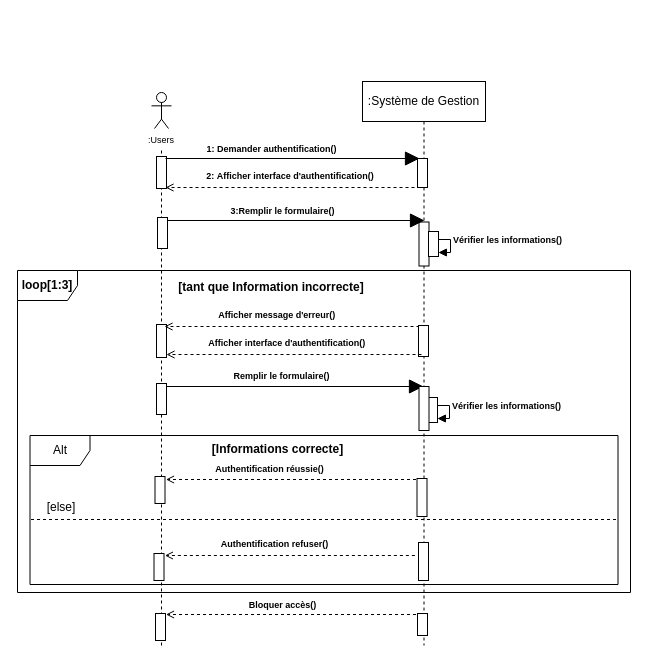
The draw.io diagram connexion.drawio in louis-fresnel99/TpGasaL1, before the edit. Source tidied: cells renumbered, new cells numbered last; positions are measured from the earlier drawing's top-left corner, leaving out a move shared by most shapes. Both pictures are drawn from the tidied source at 100%, with x=0, y=0 at pixel (17, 81).
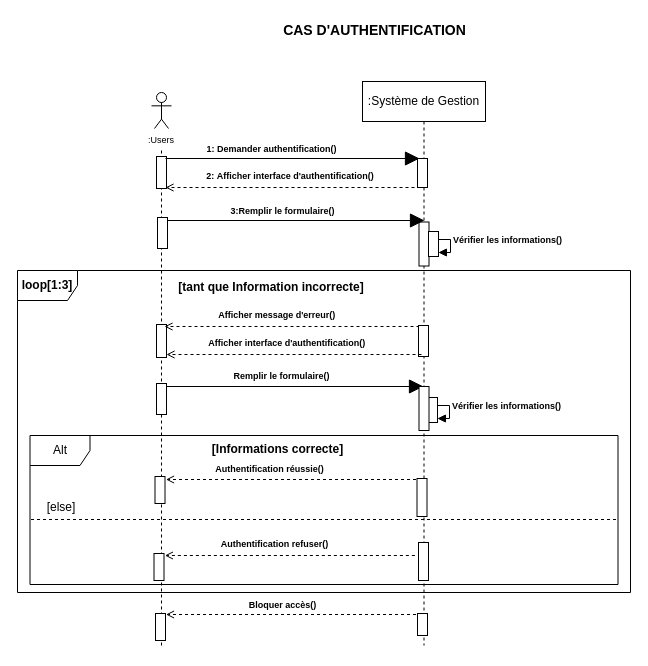
After the change.

Commit message:
Mettre à jour connexion.drawio

What changed in the source:
```diff
@@
+    <mxCell id="47" value="&lt;font style=&quot;font-size: 14px;&quot;&gt;CAS D'AUTHENTIFICATION&lt;/font&gt;" style="text;align=center;fontStyle=1;verticalAlign=middle;spacingLeft=3;spacingRight=3;strokeColor=none;html=1;" parent="1" vertex="1">
+      <mxGeometry x="317" y="-64" width="80" height="26" as="geometry" />
+    </mxCell>
```
